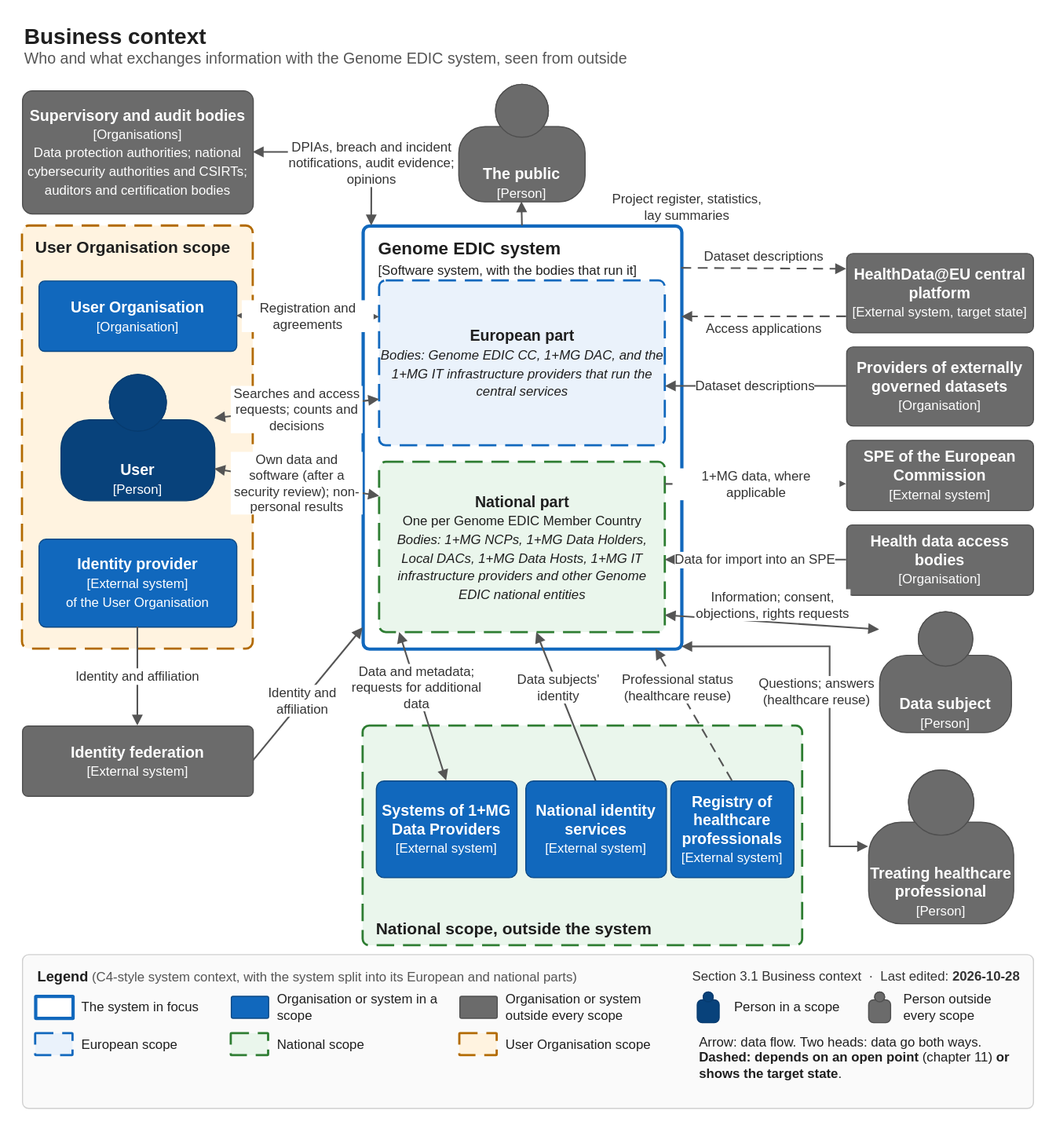
GenomicDataInfrastructure/system-architecture keeps this draw.io diagram as static/diagrams/3.1-business-context.drawio.svg. Above is the earlier version. Source tidied: cells renumbered, new cells last; positions are measured from the earlier drawing's top-left corner, leaving out a move shared by most shapes.
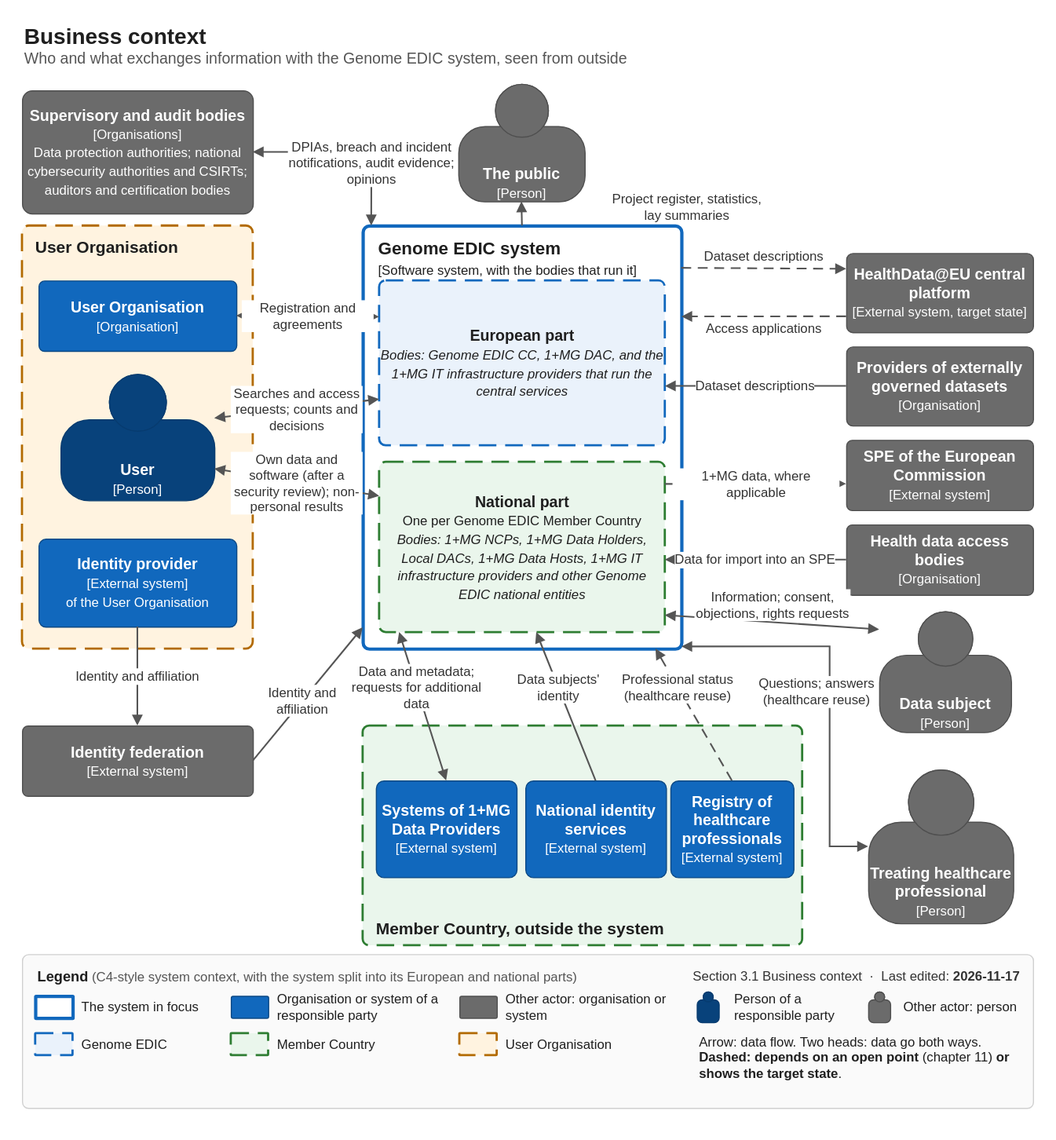
Above is the later version.

Diff of the diagram source:
```diff
@@ -17,7 +17,7 @@
     <mxCell id="6" value="&lt;b&gt;National part&lt;/b&gt;&lt;br&gt;&lt;font style=&quot;font-size: 12px&quot;&gt;One per Genome EDIC Member Country&lt;br&gt;&lt;i&gt;Bodies: 1+MG NCPs, 1+MG Data Holders, Local DACs, 1+MG Data Hosts, 1+MG IT infrastructure providers and other Genome EDIC national entities&lt;/i&gt;&lt;/font&gt;" style="rounded=1;arcSize=4;whiteSpace=wrap;html=1;dashed=1;dashPattern=8 4;strokeWidth=2;fontColor=#1F1F1F;fontSize=14;verticalAlign=middle;align=center;fillColor=#EAF6EC;strokeColor=#2E7D32;" parent="4" vertex="1">
       <mxGeometry x="15" y="215" width="260" height="155" as="geometry" />
     </mxCell>
-    <mxCell id="7" value="&lt;b&gt;User Organisation scope&lt;/b&gt;" style="rounded=1;arcSize=3;whiteSpace=wrap;html=1;dashed=1;dashPattern=8 4;strokeWidth=2;fontColor=#1F1F1F;fontSize=15;verticalAlign=top;align=left;spacingLeft=10;spacingTop=4;fillColor=#FFF3E0;strokeColor=#B26A00;" parent="1" vertex="1">
+    <mxCell id="7" value="&lt;b&gt;User Organisation&lt;/b&gt;" style="rounded=1;arcSize=3;whiteSpace=wrap;html=1;dashed=1;dashPattern=8 4;strokeWidth=2;fontColor=#1F1F1F;fontSize=15;verticalAlign=top;align=left;spacingLeft=10;spacingTop=4;fillColor=#FFF3E0;strokeColor=#B26A00;" parent="1" vertex="1">
       <mxGeometry x="20" y="205" width="210" height="385" as="geometry" />
     </mxCell>
     <mxCell id="8" value="&lt;b&gt;User Organisation&lt;/b&gt;&lt;br&gt;&lt;font style=&quot;font-size: 12px&quot;&gt;[Organisation]&lt;/font&gt;" style="rounded=1;arcSize=8;whiteSpace=wrap;html=1;fontColor=#FFFFFF;fontSize=14;verticalAlign=middle;fillColor=#1168BD;strokeColor=#0B4884;" parent="7" vertex="1">
@@ -50,7 +50,7 @@
     <mxCell id="17" value="&lt;b&gt;Data subject&lt;/b&gt;&lt;br&gt;&lt;font style=&quot;font-size: 12px&quot;&gt;[Person]&lt;/font&gt;" style="shape=mxgraph.c4.person2;html=1;whiteSpace=wrap;fontSize=14;fontColor=#FFFFFF;align=center;verticalAlign=middle;spacingTop=34;fillColor=#6B6B6B;strokeColor=#4F4F4F;" parent="1" vertex="1">
       <mxGeometry x="800" y="556" width="120" height="110" as="geometry" />
     </mxCell>
-    <mxCell id="18" value="&lt;b&gt;National scope, outside the system&lt;/b&gt;" style="rounded=1;arcSize=3;whiteSpace=wrap;html=1;dashed=1;dashPattern=8 4;strokeWidth=2;fontColor=#1F1F1F;fontSize=15;verticalAlign=top;align=left;spacingLeft=10;spacingTop=4;fillColor=#EAF6EC;strokeColor=#2E7D32;verticalAlign=bottom;spacingBottom=4;" parent="1" vertex="1">
+    <mxCell id="18" value="&lt;b&gt;Member Country, outside the system&lt;/b&gt;" style="rounded=1;arcSize=3;whiteSpace=wrap;html=1;dashed=1;dashPattern=8 4;strokeWidth=2;fontColor=#1F1F1F;fontSize=15;verticalAlign=top;align=left;spacingLeft=10;spacingTop=4;fillColor=#EAF6EC;strokeColor=#2E7D32;verticalAlign=bottom;spacingBottom=4;" parent="1" vertex="1">
       <mxGeometry x="330" y="660" width="400" height="200" as="geometry" />
     </mxCell>
     <mxCell id="19" value="&lt;b&gt;Systems of 1+MG Data Providers&lt;/b&gt;&lt;br&gt;&lt;font style=&quot;font-size: 12px&quot;&gt;[External system]&lt;/font&gt;" style="rounded=1;arcSize=8;whiteSpace=wrap;html=1;fontColor=#FFFFFF;fontSize=14;verticalAlign=middle;fillColor=#1168BD;strokeColor=#0B4884;" parent="18" vertex="1">
@@ -143,7 +143,7 @@
     <mxCell id="42" value="&lt;b style=&quot;font-size: 13px&quot;&gt;Legend&lt;/b&gt; &lt;font style=&quot;font-size: 12px&quot; color=&quot;#555555&quot;&gt;(C4-style system context, with the system split into its European and national parts)&lt;/font&gt;" style="text;html=1;whiteSpace=wrap;strokeColor=none;fillColor=none;align=left;verticalAlign=top;fontColor=#1F1F1F;" parent="41" vertex="1">
       <mxGeometry x="12" y="6" width="520" height="22" as="geometry" />
     </mxCell>
-    <mxCell id="43" value="&lt;font style=&quot;font-size: 12px&quot; color=&quot;#333333&quot;&gt;Section 3.1 Business context&amp;nbsp;&amp;nbsp;·&amp;nbsp;&amp;nbsp;Last edited: &lt;b&gt;2026-10-28&lt;/b&gt;&lt;/font&gt;" style="text;html=1;whiteSpace=wrap;strokeColor=none;fillColor=none;align=left;verticalAlign=top;fontColor=#1F1F1F;align=right;" parent="41" vertex="1">
+    <mxCell id="43" value="&lt;font style=&quot;font-size: 12px&quot; color=&quot;#333333&quot;&gt;Section 3.1 Business context&amp;nbsp;&amp;nbsp;·&amp;nbsp;&amp;nbsp;Last edited: &lt;b&gt;2026-11-17&lt;/b&gt;&lt;/font&gt;" style="text;html=1;whiteSpace=wrap;strokeColor=none;fillColor=none;align=left;verticalAlign=top;fontColor=#1F1F1F;align=right;" parent="41" vertex="1">
       <mxGeometry x="540" y="6" width="370" height="22" as="geometry" />
     </mxCell>
     <mxCell id="44" style="rounded=1;arcSize=2;whiteSpace=wrap;html=1;strokeWidth=3;fillColor=#FFFFFF;strokeColor=#1168BD;fontColor=#1F1F1F;fontSize=16;verticalAlign=top;align=left;spacingLeft=12;spacingTop=4;" parent="41" vertex="1">
@@ -155,43 +155,43 @@
     <mxCell id="46" style="rounded=1;arcSize=8;whiteSpace=wrap;html=1;fontColor=#FFFFFF;fontSize=14;verticalAlign=middle;fillColor=#1168BD;strokeColor=#0B4884;" parent="41" vertex="1">
       <mxGeometry x="190" y="38" width="34" height="20" as="geometry" />
     </mxCell>
-    <mxCell id="47" value="&lt;font style=&quot;font-size: 12px&quot;&gt;Organisation or system in a scope&lt;/font&gt;" style="text;html=1;whiteSpace=wrap;strokeColor=none;fillColor=none;align=left;verticalAlign=top;fontColor=#1F1F1F;verticalAlign=middle;" parent="41" vertex="1">
+    <mxCell id="47" value="&lt;font style=&quot;font-size: 12px&quot;&gt;Organisation or system of a responsible party&lt;/font&gt;" style="text;html=1;whiteSpace=wrap;strokeColor=none;fillColor=none;align=left;verticalAlign=top;fontColor=#1F1F1F;verticalAlign=middle;" parent="41" vertex="1">
       <mxGeometry x="230" y="37" width="150" height="22" as="geometry" />
     </mxCell>
     <mxCell id="48" style="rounded=1;arcSize=8;whiteSpace=wrap;html=1;fontColor=#FFFFFF;fontSize=14;verticalAlign=middle;fillColor=#6B6B6B;strokeColor=#4F4F4F;" parent="41" vertex="1">
       <mxGeometry x="398" y="38" width="34" height="20" as="geometry" />
     </mxCell>
-    <mxCell id="49" value="&lt;font style=&quot;font-size: 12px&quot;&gt;Organisation or system outside every scope&lt;/font&gt;" style="text;html=1;whiteSpace=wrap;strokeColor=none;fillColor=none;align=left;verticalAlign=top;fontColor=#1F1F1F;verticalAlign=middle;" parent="41" vertex="1">
+    <mxCell id="49" value="&lt;font style=&quot;font-size: 12px&quot;&gt;Other actor: organisation or system&lt;/font&gt;" style="text;html=1;whiteSpace=wrap;strokeColor=none;fillColor=none;align=left;verticalAlign=top;fontColor=#1F1F1F;verticalAlign=middle;" parent="41" vertex="1">
       <mxGeometry x="438" y="37" width="150" height="22" as="geometry" />
     </mxCell>
     <mxCell id="50" style="shape=mxgraph.c4.person2;html=1;whiteSpace=wrap;fontSize=14;fontColor=#FFFFFF;align=center;verticalAlign=middle;spacingTop=34;fillColor=#08427B;strokeColor=#073B6F;" parent="41" vertex="1">
       <mxGeometry x="614" y="34" width="20" height="28" as="geometry" />
     </mxCell>
-    <mxCell id="51" value="&lt;font style=&quot;font-size: 12px&quot;&gt;Person in a scope&lt;/font&gt;" style="text;html=1;whiteSpace=wrap;strokeColor=none;fillColor=none;align=left;verticalAlign=top;fontColor=#1F1F1F;verticalAlign=middle;" parent="41" vertex="1">
+    <mxCell id="51" value="&lt;font style=&quot;font-size: 12px&quot;&gt;Person of a responsible party&lt;/font&gt;" style="text;html=1;whiteSpace=wrap;strokeColor=none;fillColor=none;align=left;verticalAlign=top;fontColor=#1F1F1F;verticalAlign=middle;" parent="41" vertex="1">
       <mxGeometry x="646" y="37" width="120" height="22" as="geometry" />
     </mxCell>
     <mxCell id="52" style="shape=mxgraph.c4.person2;html=1;whiteSpace=wrap;fontSize=14;fontColor=#FFFFFF;align=center;verticalAlign=middle;spacingTop=34;fillColor=#6B6B6B;strokeColor=#4F4F4F;" parent="41" vertex="1">
       <mxGeometry x="770" y="34" width="20" height="28" as="geometry" />
     </mxCell>
-    <mxCell id="53" value="&lt;font style=&quot;font-size: 12px&quot;&gt;Person outside every scope&lt;/font&gt;" style="text;html=1;whiteSpace=wrap;strokeColor=none;fillColor=none;align=left;verticalAlign=top;fontColor=#1F1F1F;verticalAlign=middle;" parent="41" vertex="1">
+    <mxCell id="53" value="&lt;font style=&quot;font-size: 12px&quot;&gt;Other actor: person&lt;/font&gt;" style="text;html=1;whiteSpace=wrap;strokeColor=none;fillColor=none;align=left;verticalAlign=top;fontColor=#1F1F1F;verticalAlign=middle;" parent="41" vertex="1">
       <mxGeometry x="800" y="37" width="110" height="22" as="geometry" />
     </mxCell>
     <mxCell id="54" style="rounded=1;arcSize=3;whiteSpace=wrap;html=1;dashed=1;dashPattern=8 4;strokeWidth=2;fontColor=#1F1F1F;fontSize=15;verticalAlign=top;align=left;spacingLeft=10;spacingTop=4;fillColor=#EAF2FB;strokeColor=#1168BD;" parent="41" vertex="1">
       <mxGeometry x="12" y="72" width="34" height="20" as="geometry" />
     </mxCell>
-    <mxCell id="55" value="&lt;font style=&quot;font-size: 12px&quot;&gt;European scope&lt;/font&gt;" style="text;html=1;whiteSpace=wrap;strokeColor=none;fillColor=none;align=left;verticalAlign=top;fontColor=#1F1F1F;verticalAlign=middle;" parent="41" vertex="1">
+    <mxCell id="55" value="&lt;font style=&quot;font-size: 12px&quot;&gt;Genome EDIC&lt;/font&gt;" style="text;html=1;whiteSpace=wrap;strokeColor=none;fillColor=none;align=left;verticalAlign=top;fontColor=#1F1F1F;verticalAlign=middle;" parent="41" vertex="1">
       <mxGeometry x="52" y="71" width="130" height="22" as="geometry" />
     </mxCell>
     <mxCell id="56" style="rounded=1;arcSize=3;whiteSpace=wrap;html=1;dashed=1;dashPattern=8 4;strokeWidth=2;fontColor=#1F1F1F;fontSize=15;verticalAlign=top;align=left;spacingLeft=10;spacingTop=4;fillColor=#EAF6EC;strokeColor=#2E7D32;" parent="41" vertex="1">
       <mxGeometry x="190" y="72" width="34" height="20" as="geometry" />
     </mxCell>
-    <mxCell id="57" value="&lt;font style=&quot;font-size: 12px&quot;&gt;National scope&lt;/font&gt;" style="text;html=1;whiteSpace=wrap;strokeColor=none;fillColor=none;align=left;verticalAlign=top;fontColor=#1F1F1F;verticalAlign=middle;" parent="41" vertex="1">
+    <mxCell id="57" value="&lt;font style=&quot;font-size: 12px&quot;&gt;Member Country&lt;/font&gt;" style="text;html=1;whiteSpace=wrap;strokeColor=none;fillColor=none;align=left;verticalAlign=top;fontColor=#1F1F1F;verticalAlign=middle;" parent="41" vertex="1">
       <mxGeometry x="230" y="71" width="150" height="22" as="geometry" />
     </mxCell>
     <mxCell id="58" style="rounded=1;arcSize=3;whiteSpace=wrap;html=1;dashed=1;dashPattern=8 4;strokeWidth=2;fontColor=#1F1F1F;fontSize=15;verticalAlign=top;align=left;spacingLeft=10;spacingTop=4;fillColor=#FFF3E0;strokeColor=#B26A00;" parent="41" vertex="1">
       <mxGeometry x="398" y="72" width="34" height="20" as="geometry" />
     </mxCell>
-    <mxCell id="59" value="&lt;font style=&quot;font-size: 12px&quot;&gt;User Organisation scope&lt;/font&gt;" style="text;html=1;whiteSpace=wrap;strokeColor=none;fillColor=none;align=left;verticalAlign=top;fontColor=#1F1F1F;verticalAlign=middle;" parent="41" vertex="1">
+    <mxCell id="59" value="&lt;font style=&quot;font-size: 12px&quot;&gt;User Organisation&lt;/font&gt;" style="text;html=1;whiteSpace=wrap;strokeColor=none;fillColor=none;align=left;verticalAlign=top;fontColor=#1F1F1F;verticalAlign=middle;" parent="41" vertex="1">
       <mxGeometry x="438" y="71" width="150" height="22" as="geometry" />
     </mxCell>
     <mxCell id="60" value="&lt;font style=&quot;font-size: 12px&quot;&gt;Arrow: data flow. Two heads: data go both ways. &lt;b&gt;Dashed: depends on an open point&lt;/b&gt; (chapter 11) &lt;b&gt;or shows the target state&lt;/b&gt;.&lt;/font&gt;" style="text;html=1;whiteSpace=wrap;strokeColor=none;fillColor=none;align=left;verticalAlign=top;fontColor=#1F1F1F;verticalAlign=top;" parent="41" vertex="1">
```
